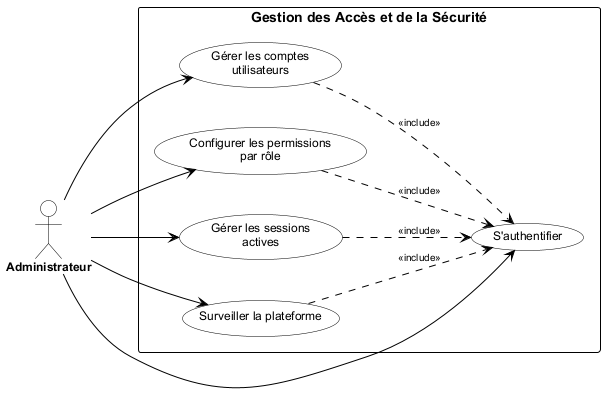
Earlier version of the PlantUML export Rapport/diagrams/sprint1_usecase.png (ayoubmek/PFE_data_science). Source of this version:
```plantuml
@startuml sprint1_usecase
left to right direction

skinparam nodesep 40
skinparam ranksep 60

skinparam usecase {
    BackgroundColor White
    BorderColor Black
    FontSize 12
    FontName Arial
}
skinparam actor {
    BackgroundColor White
    BorderColor Black
    FontColor Black
    FontSize 12
    FontName Arial
    FontStyle bold
}
skinparam rectangle {
    BackgroundColor White
    BorderColor Black
    FontSize 14
    FontName Arial
    FontStyle bold
    FontColor Black
}
skinparam arrow {
    Color Black
    FontSize 10
    FontColor Black
}

actor "Administrateur" as ADM

rectangle "Gestion des Accès et de la Sécurité" {
    usecase "S'authentifier" as UC0
    usecase "Gérer les comptes\nutilisateurs" as UC3
    usecase "Configurer les permissions\npar rôle" as UC5
    usecase "Gérer les sessions\nactives" as UC6
    usecase "Surveiller la plateforme" as UC8
}

ADM --> UC0
ADM --> UC3
ADM --> UC5
ADM --> UC6
ADM --> UC8

UC3 ..> UC0 : <<include>>
UC5 ..> UC0 : <<include>>
UC6 ..> UC0 : <<include>>
UC8 ..> UC0 : <<include>>

@enduml
```
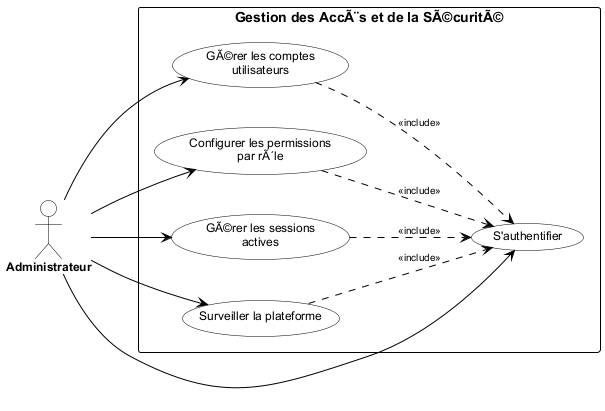
The same file after the commit.

The edit, as a diff of the source:
```diff
@@ -34,11 +34,11 @@
 
 actor "Administrateur" as ADM
 
-rectangle "Gestion des Accès et de la Sécurité" {
+rectangle "Gestion des AccÃ¨s et de la SÃ©curitÃ©" {
     usecase "S'authentifier" as UC0
-    usecase "Gérer les comptes\nutilisateurs" as UC3
-    usecase "Configurer les permissions\npar rôle" as UC5
-    usecase "Gérer les sessions\nactives" as UC6
+    usecase "GÃ©rer les comptes\nutilisateurs" as UC3
+    usecase "Configurer les permissions\npar rÃ´le" as UC5
+    usecase "GÃ©rer les sessions\nactives" as UC6
     usecase "Surveiller la plateforme" as UC8
 }
 
```
